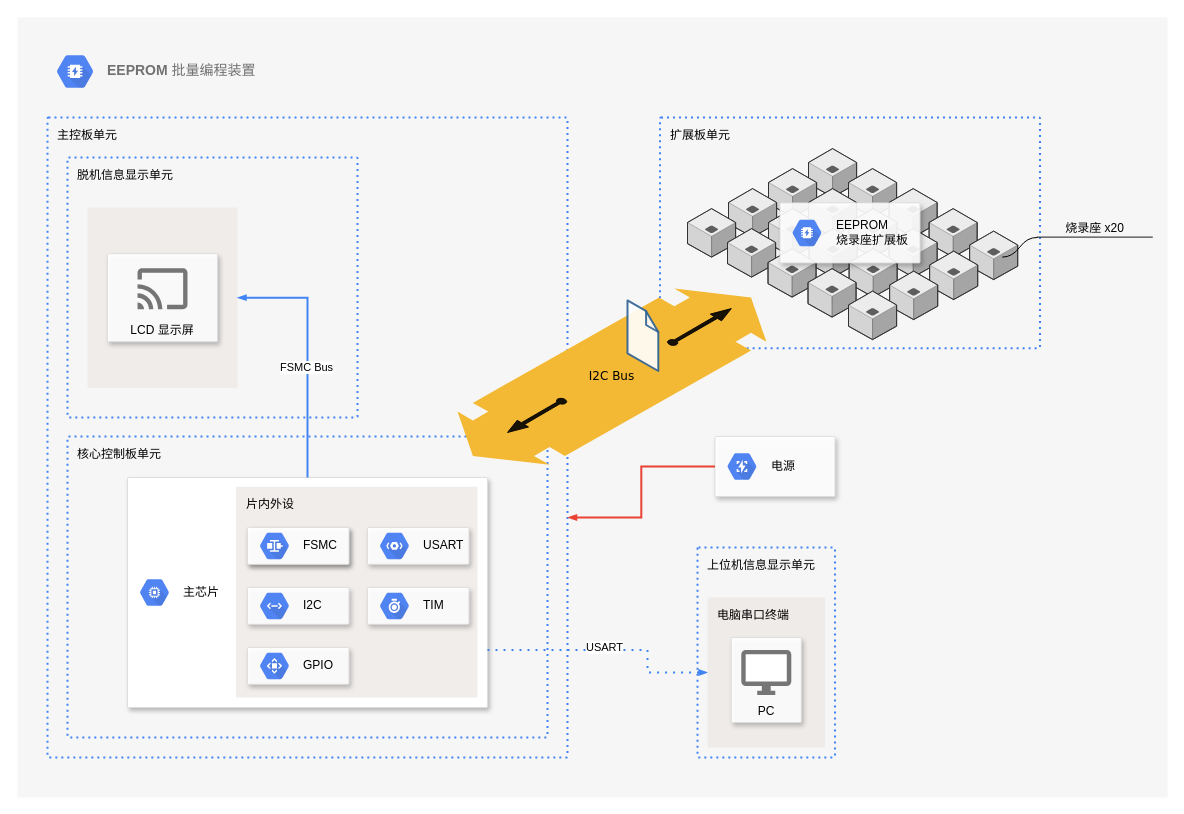
Before: EEPROM_批量编程装置/EEPROM_批量编程装置.drawio in SummerFalls/DrawIO, a draw.io diagram. Source tidied: cells renumbered, new cells numbered last; positions are measured from the earlier drawing's top-left corner, leaving out a move shared by most shapes. Both pictures are drawn from the tidied source at 100%, with x=0, y=0 at pixel (17, 17).
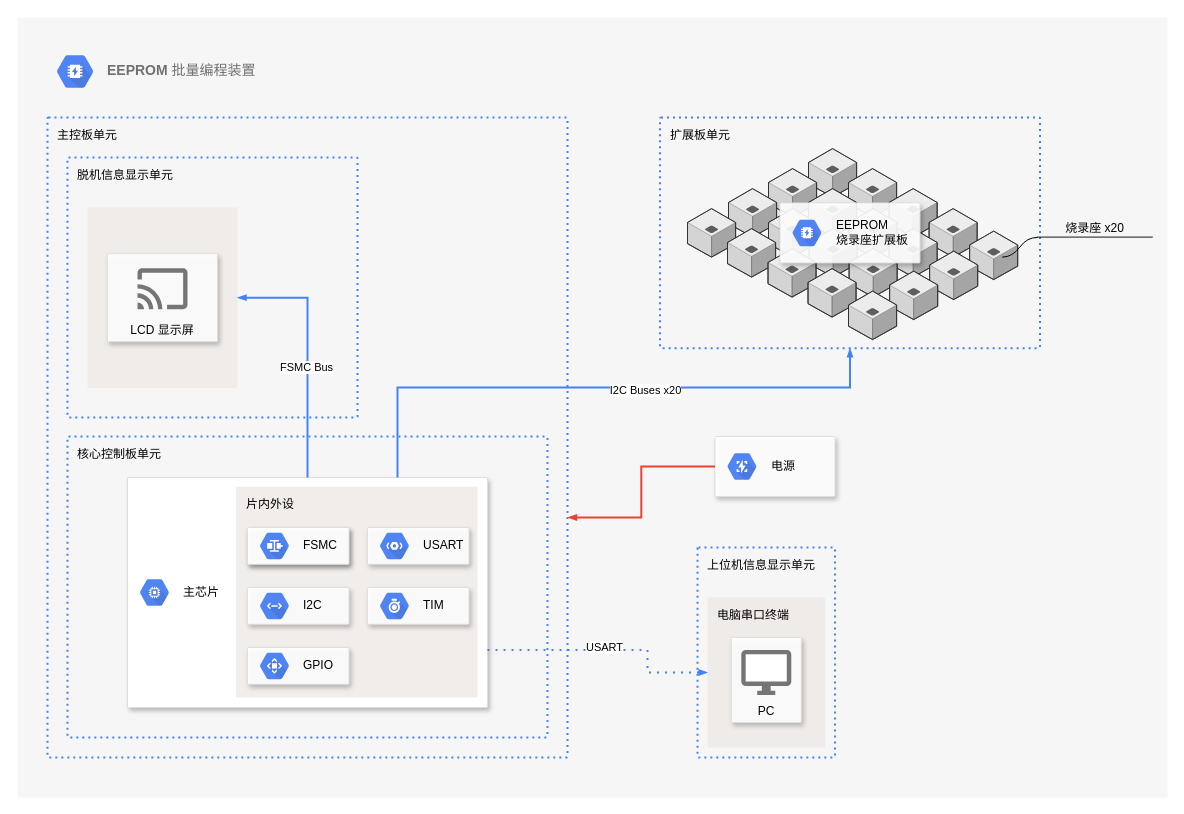
Above is the later version.

Commit message (it also covers changes not shown here):
Update EEPROM_批量编程装置.drawio

Unchanged cells that the change refers to:
```xml
<mxCell id="7" value="扩展板单元" style="rounded=1;absoluteArcSize=1;arcSize=2;html=1;strokeColor=#4284F3;gradientColor=none;shadow=0;dashed=1;fontSize=12;align=left;verticalAlign=top;spacing=10;spacingTop=-4;fillColor=none;dashPattern=1 2;strokeWidth=2;" parent="1" vertex="1">
  <mxGeometry x="642.5" y="100" width="380" height="230.8" as="geometry" />
</mxCell>
<mxCell id="28" style="strokeColor=#dddddd;shadow=1;strokeWidth=1;rounded=1;absoluteArcSize=1;arcSize=2;labelBackgroundColor=none;fontColor=#000000;fillColor=#ffffff;gradientColor=none;align=right;verticalAlign=bottom;html=0;" parent="1" vertex="1">
  <mxGeometry x="110" y="460" width="360" height="230" as="geometry" />
</mxCell>
```

Diff of the diagram source:
```diff
@@
-    <mxCell id="45" value="I2C Bus" style="verticalLabelPosition=middle;html=1;verticalAlign=middle;strokeWidth=1;dashed=0;shape=mxgraph.aws3d.flatDoubleEdge;fillColor=#000000;rounded=1;shadow=0;comic=0;fontFamily=Verdana;fontSize=12;flipV=1;align=center;horizontal=1;labelPosition=center;" parent="1" vertex="1">
-      <mxGeometry x="440" y="271.1" width="308.9" height="176.2" as="geometry" />
-    </mxCell>
-    <mxCell id="46" style="verticalLabelPosition=bottom;html=1;verticalAlign=top;strokeWidth=1;align=center;dashed=0;shape=mxgraph.aws3d.arrowSW;fillColor=#000000;labelBackgroundColor=none;fontColor=#000000;opacity=90;" parent="1" vertex="1">
-      <mxGeometry x="490" y="381.1" width="59.2" height="33.9" as="geometry" />
-    </mxCell>
-    <mxCell id="47" style="verticalLabelPosition=bottom;html=1;verticalAlign=top;strokeWidth=1;align=center;dashed=0;shape=mxgraph.aws3d.arrowNE;fillColor=#000000;labelBackgroundColor=none;fontColor=#000000;opacity=90;" parent="1" vertex="1">
-      <mxGeometry x="650" y="291.1" width="63.8" height="36.5" as="geometry" />
-    </mxCell>
-    <mxCell id="48" style="verticalLabelPosition=bottom;html=1;verticalAlign=top;strokeWidth=1;align=center;dashed=0;shape=mxgraph.aws3d.file;strokeColor=#2d6195;fillColor=#ffffff;labelBackgroundColor=none;fontColor=#000000;opacity=90;" parent="1" vertex="1">
-      <mxGeometry x="610" y="282.9" width="30.8" height="70.6" as="geometry" />
-    </mxCell>
@@
+    <mxCell id="68" style="edgeStyle=orthogonalEdgeStyle;fontSize=12;html=1;endArrow=blockThin;endFill=1;rounded=0;strokeWidth=2;endSize=4;startSize=4;dashed=0;strokeColor=#4284F3;fontColor=#000000;exitX=0.75;exitY=0;exitDx=0;exitDy=0;entryX=0.5;entryY=1;entryDx=0;entryDy=0;" parent="1" edge="1" source="28" target="7">
+      <mxGeometry relative="1" as="geometry">
+        <Array as="points">
+          <mxPoint x="380" y="370" />
+          <mxPoint x="833" y="370" />
+        </Array>
+      </mxGeometry>
+    </mxCell>
+    <mxCell id="69" value="I2C Buses x20" style="edgeLabel;html=1;align=center;verticalAlign=middle;fontColor=#000000;" parent="68" vertex="1">
+      <mxGeometry x="0.16" y="-2" relative="1" as="geometry" />
+    </mxCell>
```
